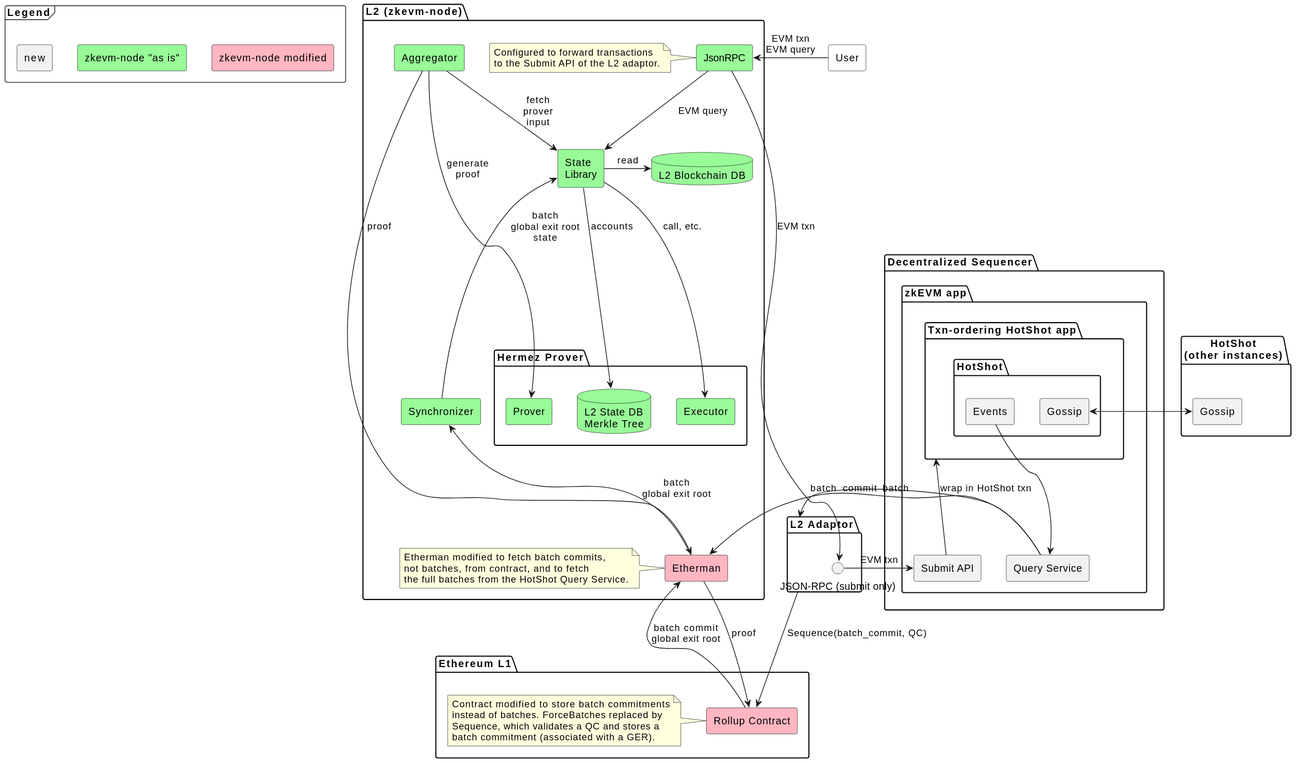
The PlantUML diagram doc/architecture_phase2.svg in EspressoSystems/espresso-polygon-zkevm-demo, before a commit.
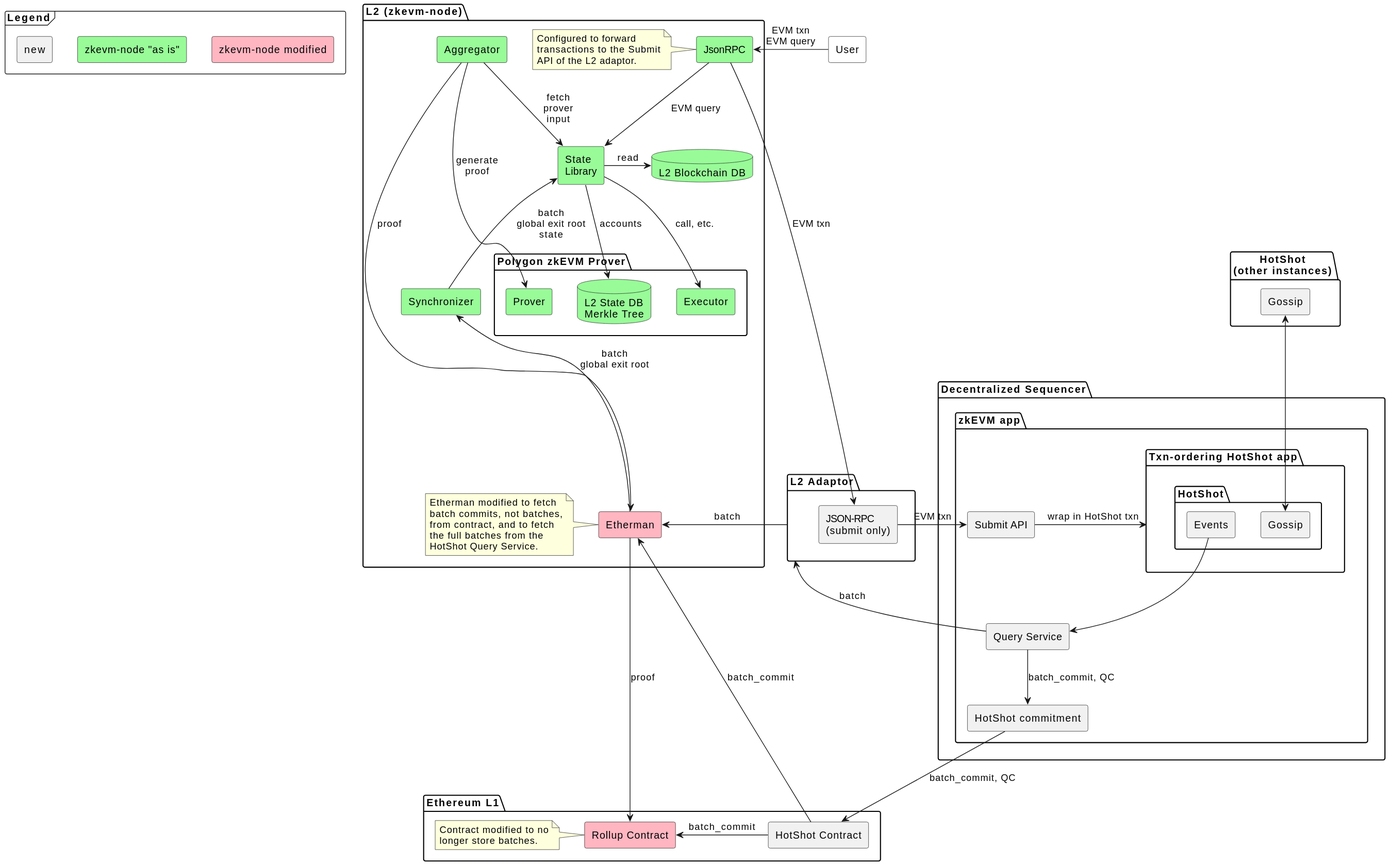
After the change.

Commit message:
Update demo architecture figure

Change to the diagram source:
```diff
@@ -25,34 +25,35 @@
         component "Events" as HotShotEvents
       }
     }
+    component "HotShot commitment" as HotShotCommitment
   }
 }
 
 package "L2 Adaptor" as Adaptor {
-  interface "JSON-RPC (submit only)" as AdaptorSubmit
+  component "JSON-RPC\n(submit only)" as AdaptorSubmit
 }
 
 package "Ethereum L1" as L1 {
   component "Rollup Contract" as Rollup #LightPink
   note left of Rollup
-    Contract modified to store batch commitments
-    instead of batches. ForceBatches replaced by
-    Sequence, which validates a QC and stores a
-    batch commitment (associated with a GER).
+    Contract modified to no
+    longer store batches.
   end note
+  component "HotShot Contract" as HotShotContract
 }
 
 
 package "L2 (zkevm-node)" as L2 {
   component JsonRPC #PaleGreen
   note left of JsonRPC
-    Configured to forward transactions
-    to the Submit API of the L2 adaptor.
+    Configured to forward
+    transactions to the Submit
+    API of the L2 adaptor.
   end note
   database L2DB #PaleGreen [
     L2 Blockchain DB
   ]
-  package "Hermez Prover" as HermezProver {
+  package "Polygon zkEVM Prover" as zkEVMProver {
     component Prover #PaleGreen
     component Executor #PaleGreen
     database Tree #PaleGreen [
@@ -62,25 +63,25 @@
   }
   component Etherman #LightPink
   note left of Etherman
-    Etherman modified to fetch batch commits,
-    not batches, from contract, and to fetch
-    the full batches from the HotShot Query Service.
+    Etherman modified to fetch
+    batch commits, not batches,
+    from contract, and to fetch
+    the full batches from the
+    HotShot Query Service.
   end note
   component Aggregator #PaleGreen
   component "State\nLibrary" as State #PaleGreen
   component Synchronizer #PaleGreen
 }
 
-User -> JsonRPC: EVM txn\nEVM query
+User -left-> JsonRPC: EVM txn\nEVM query
 
 JsonRPC -> AdaptorSubmit: EVM txn
 AdaptorSubmit -> Submit: EVM txn
 
-GossipInternal <-> GossipExternal
+GossipInternal <-up-> GossipExternal
 
-QueryService -> Adaptor: batch_commit
-Adaptor -> Rollup: Sequence(batch_commit, QC)
-
+Rollup <- HotShotContract: batch_commit
 JsonRPC --> State: EVM query
 
 State -> L2DB: read
@@ -91,11 +92,15 @@
 Aggregator --> Etherman: proof
 Aggregator --> Prover: generate\nproof
 Etherman --> Rollup: proof
-Etherman <- Rollup: batch commit\nglobal exit root
-Etherman <- QueryService: batch
+Etherman <-right- HotShotContract: batch_commit
+Etherman <- Adaptor: batch
+Adaptor <- QueryService: batch
 Synchronizer <-- Etherman: batch\nglobal exit root
 State <-- Synchronizer: batch\nglobal exit root\nstate
 
-Submit -up-> App: wrap in HotShot txn
+Submit -> App: wrap in HotShot txn
 HotShotEvents -down-> QueryService
+
+QueryService -down-> HotShotCommitment: batch_commit, QC
+HotShotCommitment -down-> HotShotContract: batch_commit, QC
 @enduml
```
